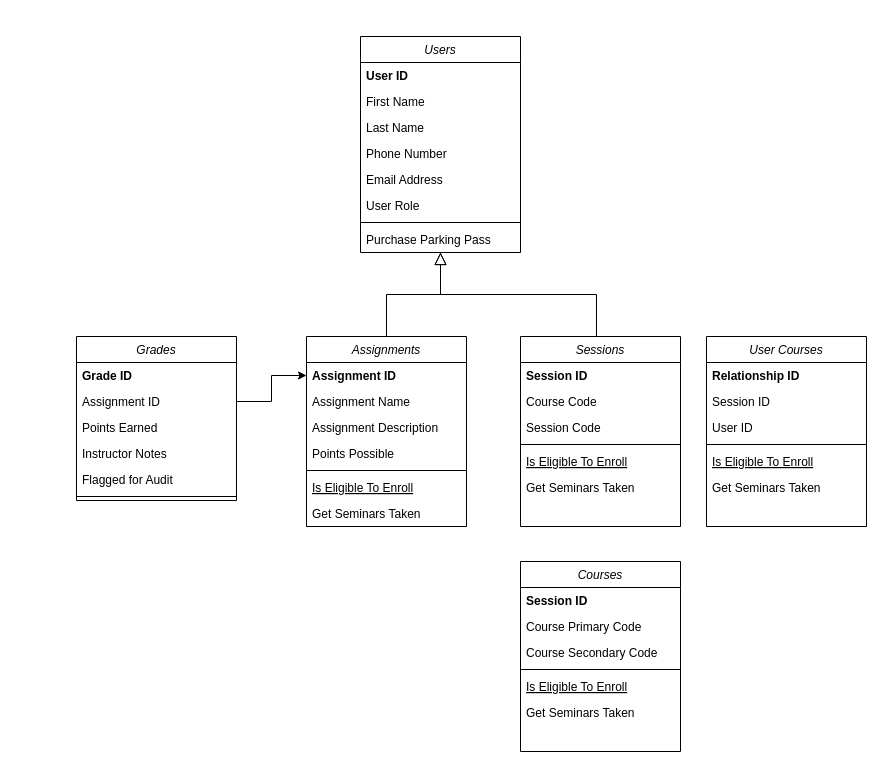
Before: Documentation/General Information/Database.drawio in BenJewell/CMPS480_SP22, a draw.io diagram. Source tidied: cells renumbered, new cells numbered last; positions are measured from the earlier drawing's top-left corner, leaving out a move shared by most shapes. Both pictures are drawn from the tidied source at 100%, with x=0, y=0 at pixel (76, 36).
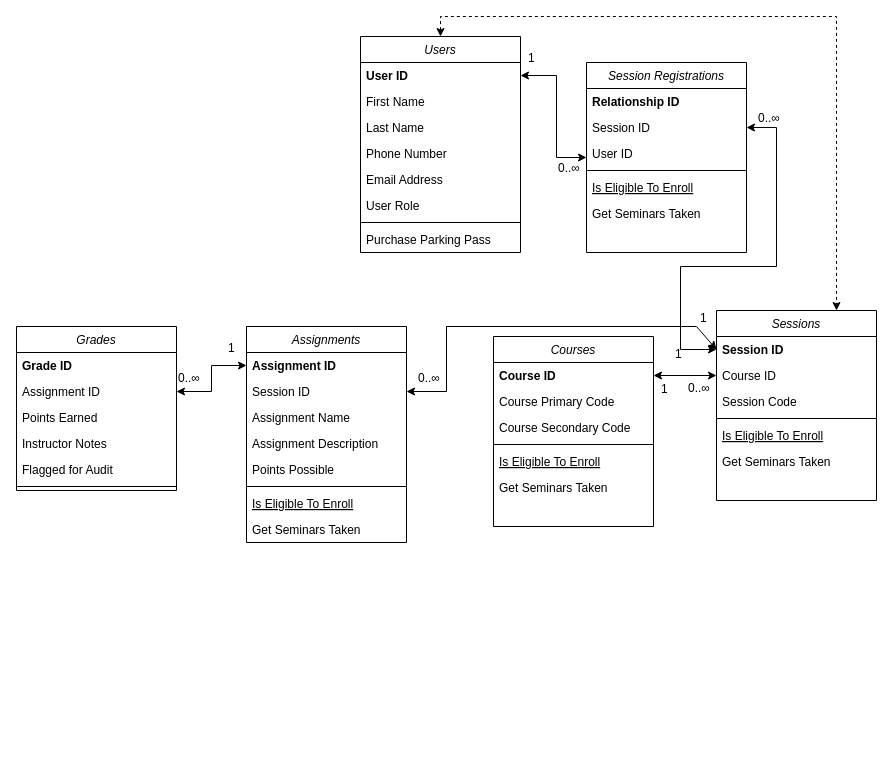
Above is the later version.

Commit message:
Rough Field Setup Done

The change refers to these unchanged cells:
```xml
<mxCell id="2" value="Users" style="swimlane;fontStyle=2;align=center;verticalAlign=top;horizontal=1;startSize=26;rounded=0;shadow=0;strokeWidth=1;" parent="1" vertex="1">
  <mxGeometry x="284" width="160" height="216" as="geometry" />
</mxCell>
<mxCell id="3" value="User ID" style="text;align=left;verticalAlign=top;spacingLeft=4;spacingRight=4;overflow=hidden;points=[[0,0.5],[1,0.5]];portConstraint=eastwest;fontStyle=1;" parent="2" vertex="1">
  <mxGeometry y="26" width="160" height="26" as="geometry" />
</mxCell>
<mxCell id="12" value="Assignment ID" style="text;align=left;verticalAlign=top;spacingLeft=4;spacingRight=4;overflow=hidden;points=[[0,0.5],[1,0.5]];portConstraint=eastwest;rounded=0;shadow=0;html=0;fontStyle=1;" parent="11" vertex="1">
  <mxGeometry y="26" width="160" height="26" as="geometry" />
</mxCell>
<mxCell id="23" value="Assignment ID" style="text;align=left;verticalAlign=top;spacingLeft=4;spacingRight=4;overflow=hidden;points=[[0,0.5],[1,0.5]];portConstraint=eastwest;rounded=0;shadow=0;html=0;fontStyle=0;" parent="21" vertex="1">
  <mxGeometry y="52" width="160" height="26" as="geometry" />
</mxCell>
<mxCell id="29" value="Session ID" style="text;align=left;verticalAlign=top;spacingLeft=4;spacingRight=4;overflow=hidden;points=[[0,0.5],[1,0.5]];portConstraint=eastwest;rounded=0;shadow=0;html=0;fontStyle=1;" parent="28" vertex="1">
  <mxGeometry y="26" width="160" height="26" as="geometry" />
</mxCell>
<mxCell id="37" value="Session ID" style="text;align=left;verticalAlign=top;spacingLeft=4;spacingRight=4;overflow=hidden;points=[[0,0.5],[1,0.5]];portConstraint=eastwest;rounded=0;shadow=0;html=0;" parent="35" vertex="1">
  <mxGeometry y="52" width="160" height="26" as="geometry" />
</mxCell>
<mxCell id="44" value="Course Primary Code" style="text;align=left;verticalAlign=top;spacingLeft=4;spacingRight=4;overflow=hidden;points=[[0,0.5],[1,0.5]];portConstraint=eastwest;rounded=0;shadow=0;html=0;" parent="42" vertex="1">
  <mxGeometry y="52" width="160" height="26" as="geometry" />
</mxCell>
```

The edit, as a diff of the source:
```diff
@@
     <mxCell id="11" value="Assignments" style="swimlane;fontStyle=2;align=center;verticalAlign=top;horizontal=1;startSize=26;rounded=0;shadow=0;strokeWidth=1;" parent="1" vertex="1">
-      <mxGeometry x="230" y="300" width="160" height="190" as="geometry" />
+      <mxGeometry x="170" y="290" width="160" height="216" as="geometry" />
     </mxCell>
@@
+    <mxCell id="50" value="Session ID" style="text;align=left;verticalAlign=top;spacingLeft=4;spacingRight=4;overflow=hidden;points=[[0,0.5],[1,0.5]];portConstraint=eastwest;rounded=0;shadow=0;html=0;fontStyle=0;" parent="11" vertex="1">
+      <mxGeometry y="52" width="160" height="26" as="geometry" />
+    </mxCell>
     <mxCell id="13" value="Assignment Name" style="text;align=left;verticalAlign=top;spacingLeft=4;spacingRight=4;overflow=hidden;rounded=0;shadow=0;html=0;" parent="11" vertex="1">
-      <mxGeometry y="52" width="160" height="26" as="geometry" />
+      <mxGeometry y="78" width="160" height="26" as="geometry" />
     </mxCell>
     <mxCell id="14" value="Assignment Description" style="text;align=left;verticalAlign=top;spacingLeft=4;spacingRight=4;overflow=hidden;rounded=0;shadow=0;html=0;" parent="11" vertex="1">
-      <mxGeometry y="78" width="160" height="26" as="geometry" />
+      <mxGeometry y="104" width="160" height="26" as="geometry" />
     </mxCell>
     <mxCell id="15" value="Points Possible" style="text;align=left;verticalAlign=top;spacingLeft=4;spacingRight=4;overflow=hidden;rounded=0;shadow=0;html=0;" parent="11" vertex="1">
-      <mxGeometry y="104" width="160" height="26" as="geometry" />
+      <mxGeometry y="130" width="160" height="26" as="geometry" />
     </mxCell>
     <mxCell id="16" style="line;html=1;strokeWidth=1;align=left;verticalAlign=middle;spacingTop=-1;spacingLeft=3;spacingRight=3;labelPosition=right;" parent="11" vertex="1">
-      <mxGeometry y="130" width="160" height="8" as="geometry" />
+      <mxGeometry y="156" width="160" height="8" as="geometry" />
     </mxCell>
     <mxCell id="17" value="Is Eligible To Enroll" style="text;align=left;verticalAlign=top;spacingLeft=4;spacingRight=4;overflow=hidden;fontStyle=4;" parent="11" vertex="1">
-      <mxGeometry y="138" width="160" height="26" as="geometry" />
+      <mxGeometry y="164" width="160" height="26" as="geometry" />
     </mxCell>
     <mxCell id="18" value="Get Seminars Taken" style="text;align=left;verticalAlign=top;spacingLeft=4;spacingRight=4;overflow=hidden;" parent="11" vertex="1">
-      <mxGeometry y="164" width="160" height="26" as="geometry" />
+      <mxGeometry y="190" width="160" height="26" as="geometry" />
     </mxCell>
-    <mxCell id="19" style="endArrow=block;endSize=10;endFill=0;shadow=0;strokeWidth=1;rounded=0;edgeStyle=elbowEdgeStyle;elbow=vertical;" parent="1" edge="1" source="11" target="2">
-      <mxGeometry relative="1" as="geometry" />
-    </mxCell>
-    <mxCell id="20" style="endArrow=block;endSize=10;endFill=0;shadow=0;strokeWidth=1;rounded=0;edgeStyle=elbowEdgeStyle;elbow=vertical;" parent="1" edge="1" target="2">
-      <mxGeometry relative="1" as="geometry">
-        <mxPoint x="520" y="300" as="sourcePoint" />
-      </mxGeometry>
-    </mxCell>
     <mxCell id="21" value="Grades" style="swimlane;fontStyle=2;align=center;verticalAlign=top;horizontal=1;startSize=26;rounded=0;shadow=0;strokeWidth=1;" parent="1" vertex="1">
-      <mxGeometry y="300" width="160" height="164" as="geometry" />
+      <mxGeometry x="-60" y="290" width="160" height="164" as="geometry" />
     </mxCell>
@@
     <mxCell id="28" value="Sessions" style="swimlane;fontStyle=2;align=center;verticalAlign=top;horizontal=1;startSize=26;rounded=0;shadow=0;strokeWidth=1;" parent="1" vertex="1">
-      <mxGeometry x="444" y="300" width="160" height="190" as="geometry" />
+      <mxGeometry x="640" y="274" width="160" height="190" as="geometry" />
     </mxCell>
@@
-    <mxCell id="30" value="Course Code" style="text;align=left;verticalAlign=top;spacingLeft=4;spacingRight=4;overflow=hidden;rounded=0;shadow=0;html=0;" parent="28" vertex="1">
-      <mxGeometry y="52" width="160" height="26" as="geometry" />
-    </mxCell>
+    <mxCell id="51" value="Course ID" style="text;align=left;verticalAlign=top;spacingLeft=4;spacingRight=4;overflow=hidden;points=[[0,0.5],[1,0.5]];portConstraint=eastwest;rounded=0;shadow=0;html=0;fontStyle=0;" parent="28" vertex="1">
+      <mxGeometry y="52" width="160" height="26" as="geometry" />
+    </mxCell>
@@
-    <mxCell id="35" value="User Courses" style="swimlane;fontStyle=2;align=center;verticalAlign=top;horizontal=1;startSize=26;rounded=0;shadow=0;strokeWidth=1;" parent="1" vertex="1">
-      <mxGeometry x="630" y="300" width="160" height="190" as="geometry" />
+    <mxCell id="35" value="Session Registrations" style="swimlane;fontStyle=2;align=center;verticalAlign=top;horizontal=1;startSize=26;rounded=0;shadow=0;strokeWidth=1;" parent="1" vertex="1">
+      <mxGeometry x="510" y="26" width="160" height="190" as="geometry" />
     </mxCell>
@@
     <mxCell id="42" value="Courses" style="swimlane;fontStyle=2;align=center;verticalAlign=top;horizontal=1;startSize=26;rounded=0;shadow=0;strokeWidth=1;" parent="1" vertex="1">
-      <mxGeometry x="444" y="525" width="160" height="190" as="geometry" />
+      <mxGeometry x="417" y="300" width="160" height="190" as="geometry" />
     </mxCell>
-    <mxCell id="43" value="Session ID" style="text;align=left;verticalAlign=top;spacingLeft=4;spacingRight=4;overflow=hidden;points=[[0,0.5],[1,0.5]];portConstraint=eastwest;rounded=0;shadow=0;html=0;fontStyle=1;" parent="42" vertex="1">
+    <mxCell id="43" value="Course ID" style="text;align=left;verticalAlign=top;spacingLeft=4;spacingRight=4;overflow=hidden;points=[[0,0.5],[1,0.5]];portConstraint=eastwest;rounded=0;shadow=0;html=0;fontStyle=1;" parent="42" vertex="1">
       <mxGeometry y="26" width="160" height="26" as="geometry" />
     </mxCell>
@@
+    <mxCell id="52" style="edgeStyle=none;rounded=0;orthogonalLoop=1;jettySize=auto;html=1;entryX=0;entryY=0.5;entryDx=0;entryDy=0;startArrow=classic;startFill=1;" parent="42" edge="1" source="44" target="44">
+      <mxGeometry relative="1" as="geometry" />
+    </mxCell>
-    <mxCell id="49" style="edgeStyle=orthogonalEdgeStyle;rounded=0;jettySize=auto;html=1;entryX=0;entryY=0.5;entryDx=0;entryDy=0;" parent="1" edge="1" source="23" target="12">
+    <mxCell id="49" style="edgeStyle=orthogonalEdgeStyle;rounded=0;jettySize=auto;html=1;entryX=0;entryY=0.5;entryDx=0;entryDy=0;startArrow=classic;startFill=1;" parent="1" edge="1" source="23" target="12">
       <mxGeometry relative="1" as="geometry" />
     </mxCell>
+    <mxCell id="53" value="0..∞" style="align=left;verticalAlign=bottom;labelBackgroundColor=none;fontSize=12;" parent="1" vertex="1">
+      <mxGeometry x="100" y="350" as="geometry" />
+    </mxCell>
+    <mxCell id="54" value="1" style="align=left;verticalAlign=bottom;labelBackgroundColor=none;fontSize=12;" parent="1" vertex="1">
+      <mxGeometry x="150" y="320" as="geometry" />
+    </mxCell>
+    <mxCell id="55" style="edgeStyle=none;rounded=0;jettySize=auto;html=1;exitX=1;exitY=0.5;exitDx=0;exitDy=0;entryX=0;entryY=0.5;entryDx=0;entryDy=0;startArrow=classic;startFill=1;" parent="1" edge="1" source="3" target="35">
+      <mxGeometry relative="1" as="geometry">
+        <Array as="points">
+          <mxPoint x="480" y="39" />
+          <mxPoint x="480" y="121" />
+        </Array>
+      </mxGeometry>
+    </mxCell>
+    <mxCell id="56" style="edgeStyle=none;rounded=0;jettySize=auto;html=1;exitX=1;exitY=0.5;exitDx=0;exitDy=0;entryX=0;entryY=0.5;entryDx=0;entryDy=0;startArrow=classic;startFill=1;" parent="1" edge="1" source="37" target="29">
+      <mxGeometry relative="1" as="geometry">
+        <Array as="points">
+          <mxPoint x="700" y="91" />
+          <mxPoint x="700" y="230" />
+          <mxPoint x="604" y="230" />
+          <mxPoint x="604" y="313" />
+        </Array>
+      </mxGeometry>
+    </mxCell>
+    <mxCell id="57" style="edgeStyle=none;rounded=0;jettySize=auto;html=1;exitX=1;exitY=0.5;exitDx=0;exitDy=0;startArrow=classic;startFill=1;" parent="1" edge="1" source="43" target="51">
+      <mxGeometry relative="1" as="geometry" />
+    </mxCell>
+    <mxCell id="58" style="edgeStyle=none;rounded=0;jettySize=auto;html=1;exitX=0;exitY=0.5;exitDx=0;exitDy=0;entryX=1;entryY=0.5;entryDx=0;entryDy=0;startArrow=classic;startFill=1;" parent="1" edge="1" source="29" target="50">
+      <mxGeometry relative="1" as="geometry">
+        <Array as="points">
+          <mxPoint x="620" y="290" />
+          <mxPoint x="370" y="290" />
+          <mxPoint x="370" y="355" />
+        </Array>
+      </mxGeometry>
+    </mxCell>
+    <mxCell id="59" style="edgeStyle=none;rounded=0;jettySize=auto;html=1;exitX=0.5;exitY=0;exitDx=0;exitDy=0;entryX=0.75;entryY=0;entryDx=0;entryDy=0;startArrow=classic;startFill=1;dashed=1;" parent="1" edge="1" source="2" target="28">
+      <mxGeometry relative="1" as="geometry">
+        <Array as="points">
+          <mxPoint x="364" y="-20" />
+          <mxPoint x="760" y="-20" />
+        </Array>
+      </mxGeometry>
+    </mxCell>
+    <mxCell id="60" value="1" style="align=left;verticalAlign=bottom;labelBackgroundColor=none;fontSize=12;" parent="1" vertex="1">
+      <mxGeometry x="450" y="30" as="geometry" />
+    </mxCell>
+    <mxCell id="61" value="0..∞" style="align=left;verticalAlign=bottom;labelBackgroundColor=none;fontSize=12;" parent="1" vertex="1">
+      <mxGeometry x="480" y="140" as="geometry" />
+    </mxCell>
+    <mxCell id="62" value="0..∞" style="align=left;verticalAlign=bottom;labelBackgroundColor=none;fontSize=12;" parent="1" vertex="1">
+      <mxGeometry x="680" y="90" as="geometry" />
+    </mxCell>
+    <mxCell id="63" value="1" style="align=left;verticalAlign=bottom;labelBackgroundColor=none;fontSize=12;" parent="1" vertex="1">
+      <mxGeometry x="430" y="60" as="geometry">
+        <mxPoint x="167" y="266" as="offset" />
+      </mxGeometry>
+    </mxCell>
+    <mxCell id="64" value="0..∞" style="align=left;verticalAlign=bottom;labelBackgroundColor=none;fontSize=12;" parent="1" vertex="1">
+      <mxGeometry x="610" y="360" as="geometry" />
+    </mxCell>
+    <mxCell id="65" value="1" style="align=left;verticalAlign=bottom;labelBackgroundColor=none;fontSize=12;" parent="1" vertex="1">
+      <mxGeometry x="490" y="100" as="geometry">
+        <mxPoint x="93" y="261" as="offset" />
+      </mxGeometry>
+    </mxCell>
+    <mxCell id="66" value="0..∞" style="align=left;verticalAlign=bottom;labelBackgroundColor=none;fontSize=12;" parent="1" vertex="1">
+      <mxGeometry x="340" y="350" as="geometry" />
+    </mxCell>
+    <mxCell id="67" value="1" style="align=left;verticalAlign=bottom;labelBackgroundColor=none;fontSize=12;" parent="1" vertex="1">
+      <mxGeometry x="460" y="40" as="geometry">
+        <mxPoint x="162" y="250" as="offset" />
+      </mxGeometry>
+    </mxCell>
```
